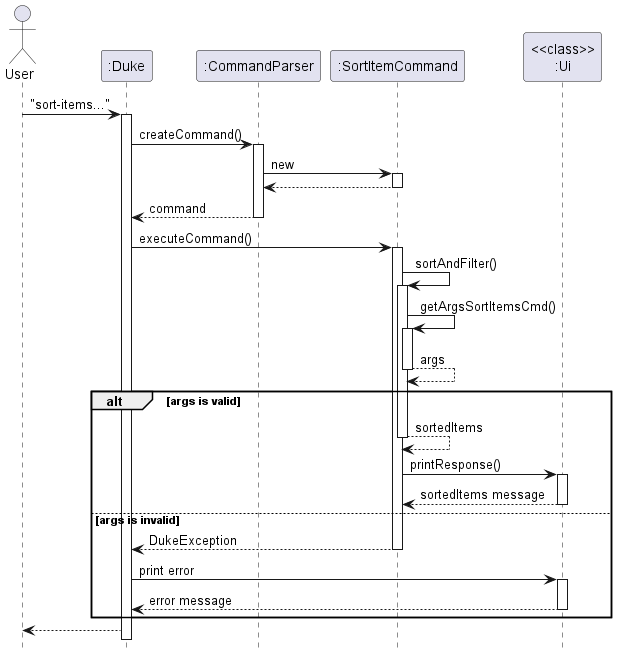
This is docs/images/SortItemsSequence.png from nus-cs2113-AY2223S1/tp, a PlantUML export, as it was before one commit.
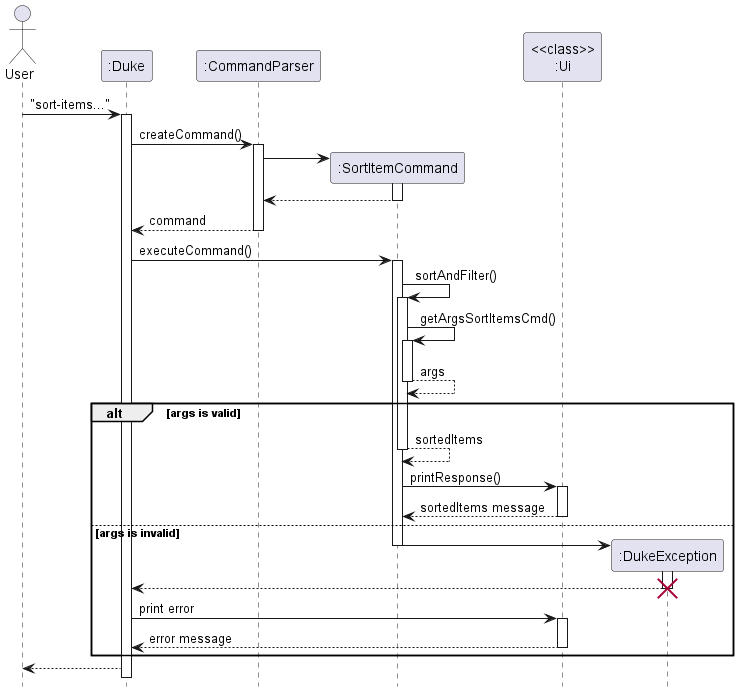
Later version of the same file.

Commit message:
updated DG and UG for view-user and view-user-items command

Diff of the diagram source:
```diff
@@ -5,7 +5,7 @@
 activate ":Duke"
 ":Duke" -> ":CommandParser": createCommand()
 activate ":CommandParser"
-":CommandParser" -> ":SortItemCommand": new
+":CommandParser" -> ":SortItemCommand"**
 activate ":SortItemCommand"
 return
 ":CommandParser" --> ":Duke": command
@@ -23,12 +23,16 @@
     activate "<<class>>\n:Ui"
     return sortedItems message
 else args is invalid
-    ":SortItemCommand" --> ":Duke" : DukeException
-        deactivate ":SortItemCommand"
-        ":Duke" -> "<<class>>\n:Ui" : print error
-        activate "<<class>>\n:Ui"
-        "<<class>>\n:Ui" --> ":Duke" : error message
-        deactivate "<<class>>\n:Ui"
+    ":SortItemCommand" -> ":DukeException"**
+     activate ":DukeException"
+     deactivate ":SortItemCommand"
+     ":DukeException" --> ":Duke"
+     deactivate ":DukeException"
+     destroy ":DukeException"
+     ":Duke" -> "<<class>>\n:Ui" : print error
+     activate "<<class>>\n:Ui"
+     "<<class>>\n:Ui" --> ":Duke" : error message
+     deactivate "<<class>>\n:Ui"
 end
 ":Duke" --> "User"
 @enduml
```
